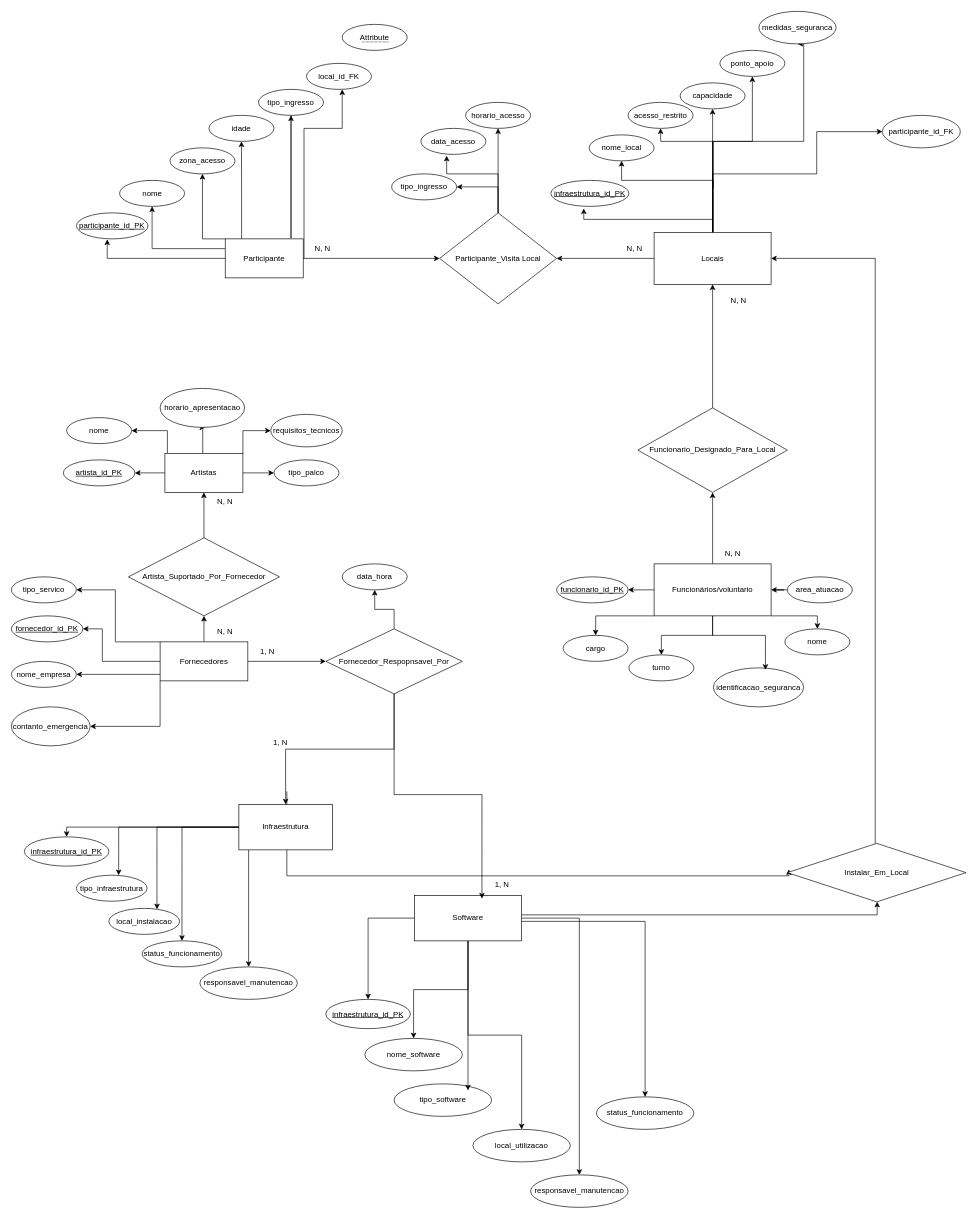
Before: Diagrama sem nome.drawio in fabiobrasileiroo/rockInRio-ERD, a draw.io diagram. Source tidied: cells renumbered, new cells numbered last; positions are measured from the earlier drawing's top-left corner, leaving out a move shared by most shapes. Both pictures are drawn from the tidied source at 65%, with x=0, y=0 at pixel (11, 11).
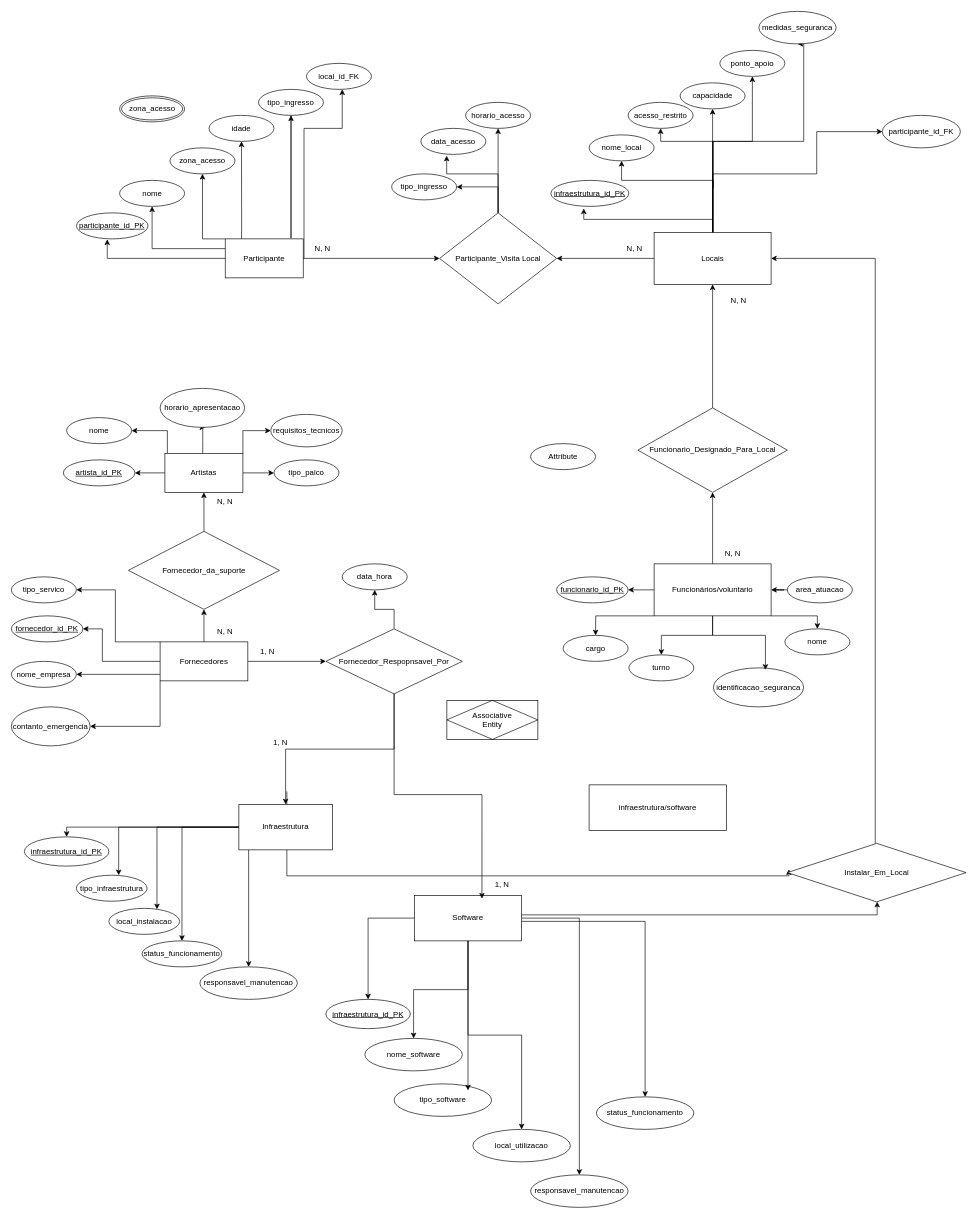
Above is the later version.

The edit, as a diff of the source:
```diff
@@
-    <mxCell id="62" value="Artista_Suportado_Por_Fornecedor" style="rhombus;whiteSpace=wrap;html=1;rounded=0;" parent="1" vertex="1">
-      <mxGeometry x="180" y="810" width="232.5" height="120" as="geometry" />
+    <mxCell id="62" value="Fornecedor_da_suporte" style="rhombus;whiteSpace=wrap;html=1;rounded=0;" parent="1" vertex="1">
+      <mxGeometry x="180" y="800" width="232.5" height="120" as="geometry" />
     </mxCell>
@@
-    <mxCell id="121" value="&lt;span style=&quot;border-bottom: 1px dotted&quot;&gt;Attribute&lt;/span&gt;" style="ellipse;whiteSpace=wrap;html=1;align=center;" parent="1" vertex="1">
-      <mxGeometry x="509" y="20" width="100" height="40" as="geometry" />
+    <mxCell id="121" value="Attribute" style="ellipse;whiteSpace=wrap;html=1;align=center;" parent="1" vertex="1">
+      <mxGeometry x="798.8" y="665" width="100" height="40" as="geometry" />
     </mxCell>
+    <mxCell id="122" value="zona_acesso" style="ellipse;shape=doubleEllipse;margin=3;whiteSpace=wrap;html=1;align=center;" parent="1" vertex="1">
+      <mxGeometry x="166.5" y="130" width="100" height="40" as="geometry" />
+    </mxCell>
+    <mxCell id="123" value="Associative&#10;Entity" style="shape=associativeEntity;whiteSpace=wrap;html=1;align=center;" parent="1" vertex="1">
+      <mxGeometry x="670" y="1060" width="140" height="60" as="geometry" />
+    </mxCell>
+    <mxCell id="124" value="infraestrutura/software" style="whiteSpace=wrap;html=1;align=center;" parent="1" vertex="1">
+      <mxGeometry x="888.8" y="1190" width="211.2" height="70" as="geometry" />
+    </mxCell>
```
